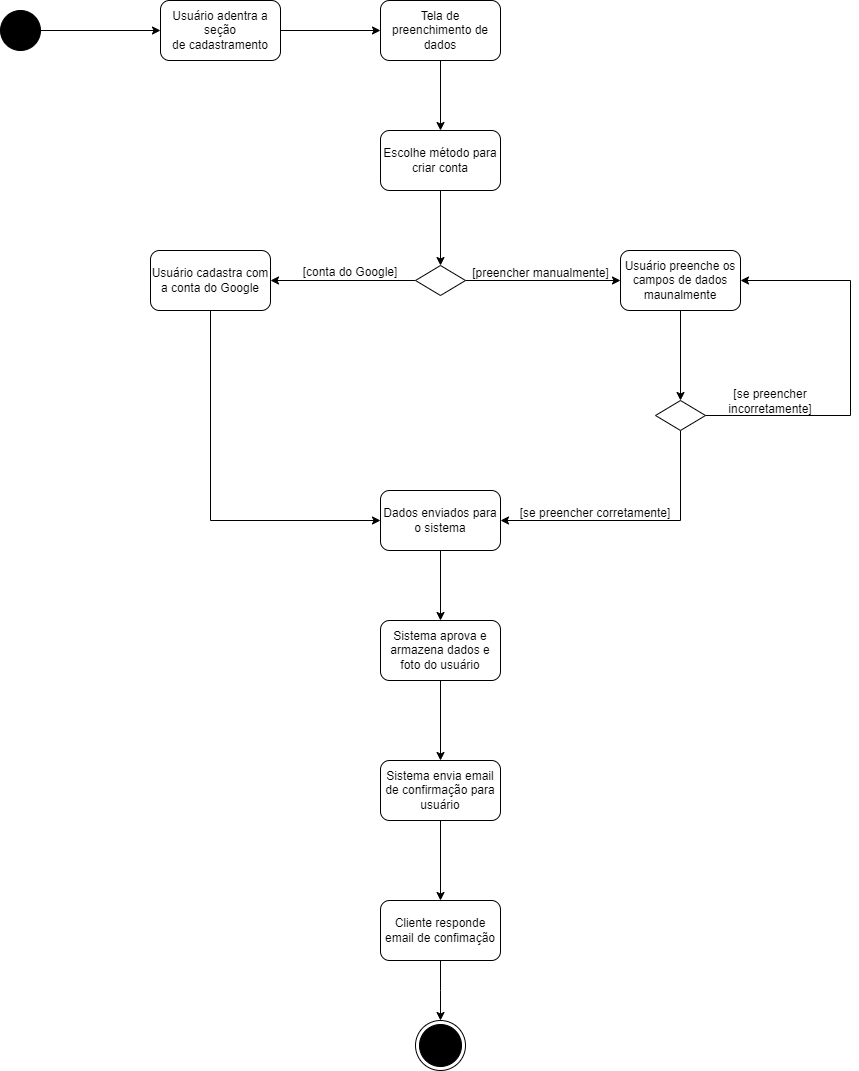
ThePlano/Projeto-CC5511---ENGENHARIA-DE-SOFTWARE keeps this draw.io diagram as diagrama_atividades_cadastro.png. Above is the earlier version. Source tidied: cells renumbered, new cells last; positions are measured from the earlier drawing's top-left corner, leaving out a move shared by most shapes.
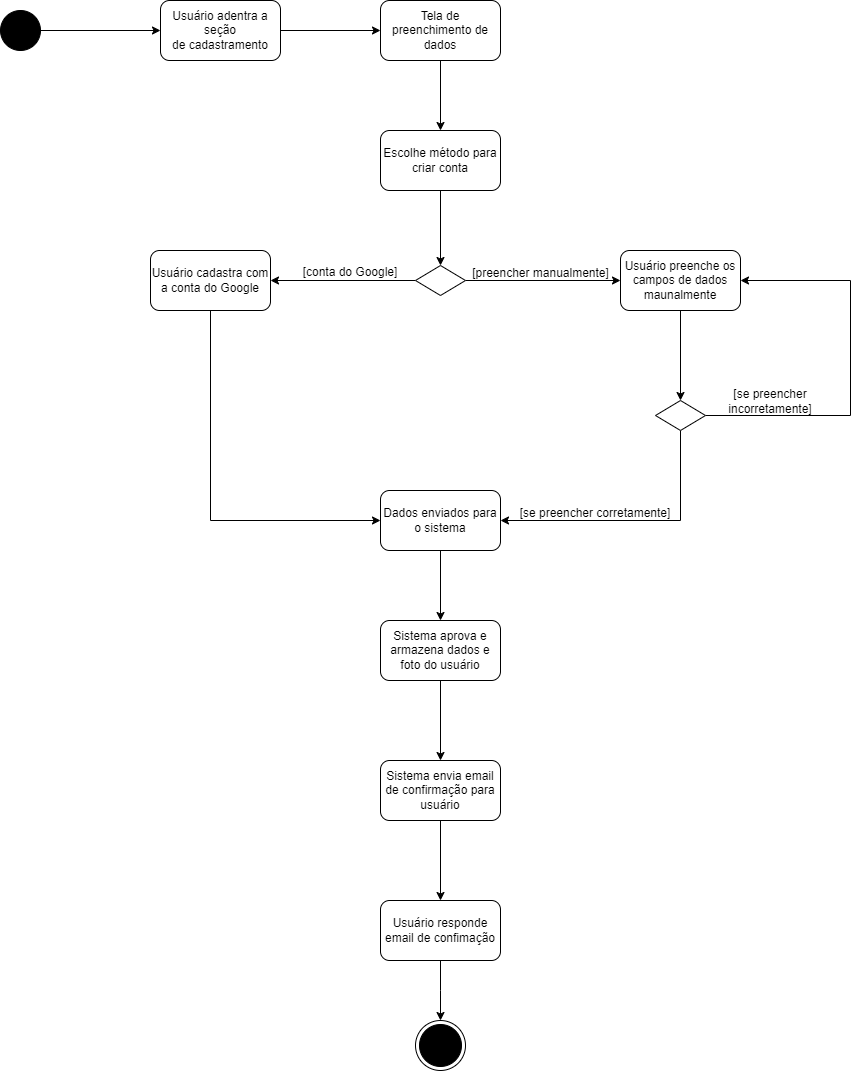
After the change.

Change to the diagram source:
```diff
@@ -74,7 +74,7 @@
         <mxPoint x="440" y="1020" as="targetPoint" />
       </mxGeometry>
     </mxCell>
-    <mxCell id="24" value="Cliente responde email de confimação" style="rounded=1;whiteSpace=wrap;html=1;" parent="1" vertex="1">
+    <mxCell id="24" value="Usuário responde email de confimação" style="rounded=1;whiteSpace=wrap;html=1;" parent="1" vertex="1">
       <mxGeometry x="380" y="900" width="120" height="60" as="geometry" />
     </mxCell>
     <mxCell id="25" style="edgeStyle=orthogonalEdgeStyle;rounded=0;jettySize=auto;html=1;entryX=1;entryY=0.5;entryDx=0;entryDy=0;" parent="1" edge="1" source="27" target="11">
```
